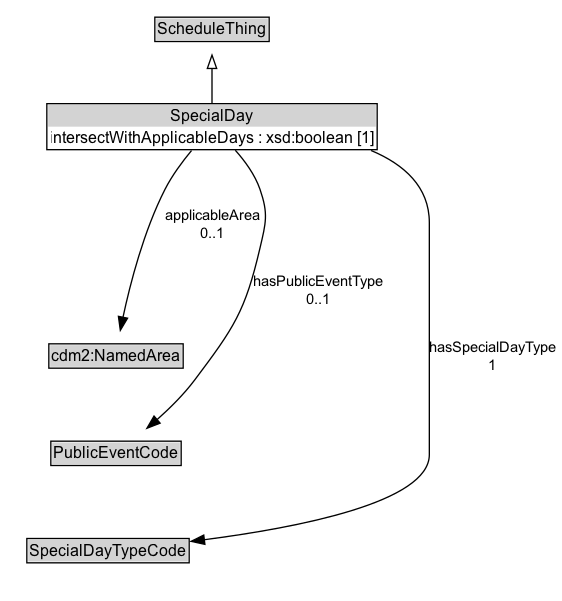
Earlier version of the Graphviz export docs/diagrams/SpecialDay.dot.png (k-vaughn/ontology-its-time). Its source is kept beside it as docs/diagrams/SpecialDay.dot.
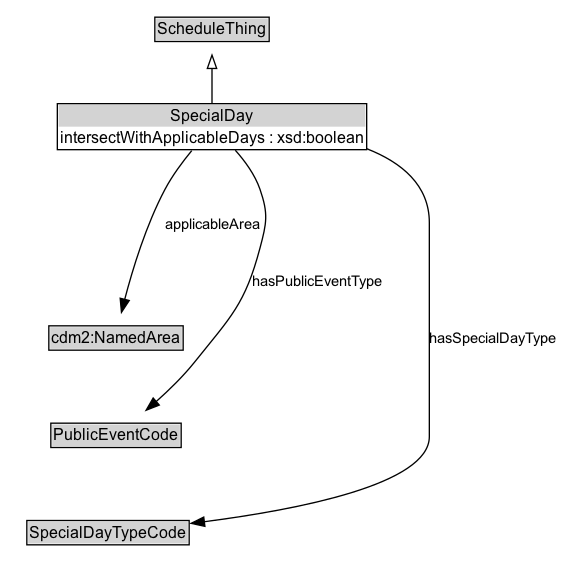
After the commit.

What changed in the source:
```diff
@@ -6,7 +6,7 @@
 		rank=source
 		ScheduleThing [label=<<TABLE BORDER="1" CELLBORDER="0" CELLSPACING="0" CELLPADDING="1"><TR><TD BGCOLOR="lightgray" ALIGN="CENTER">ScheduleThing</TD></TR></TABLE>> URL="../ScheduleThing" margin=0]
 	}
-	SpecialDay [label=<<TABLE BORDER="1" CELLBORDER="0" CELLSPACING="0" CELLPADDING="1"><TR><TD BGCOLOR="lightgray" ALIGN="CENTER">SpecialDay</TD></TR><TR><TD ALIGN="LEFT">intersectWithApplicableDays : xsd:boolean [1]</TD></TR></TABLE>> URL="../SpecialDay" margin=0]
+	SpecialDay [label=<<TABLE BORDER="1" CELLBORDER="0" CELLSPACING="0" CELLPADDING="1"><TR><TD BGCOLOR="lightgray" ALIGN="CENTER">SpecialDay</TD></TR><TR><TD ALIGN="LEFT">intersectWithApplicableDays : xsd:boolean</TD></TR></TABLE>> URL="../SpecialDay" margin=0]
 	{
 		rank=max
 	}
@@ -23,12 +23,9 @@
 	cdm2_NamedArea -> PublicEventCode [style=invis]
 	PublicEventCode -> SpecialDayTypeCode [style=invis]
 	SpecialDayTypeCode [label=<<TABLE BORDER="1" CELLBORDER="0" CELLSPACING="0" CELLPADDING="1"><TR><TD BGCOLOR="lightgray" ALIGN="CENTER">SpecialDayTypeCode</TD></TR></TABLE>> URL="../SpecialDayTypeCode" margin=0]
-	SpecialDay -> SpecialDayTypeCode [label="hasSpecialDayType
-1" arrowhead=normal style=solid]
+	SpecialDay -> SpecialDayTypeCode [label=hasSpecialDayType arrowhead=normal style=solid]
 	PublicEventCode [label=<<TABLE BORDER="1" CELLBORDER="0" CELLSPACING="0" CELLPADDING="1"><TR><TD BGCOLOR="lightgray" ALIGN="CENTER">PublicEventCode</TD></TR></TABLE>> URL="../PublicEventCode" margin=0]
-	SpecialDay -> PublicEventCode [label="hasPublicEventType
-0..1" arrowhead=normal style=solid]
+	SpecialDay -> PublicEventCode [label=hasPublicEventType arrowhead=normal style=solid]
 	cdm2_NamedArea [label=<<TABLE BORDER="1" CELLBORDER="0" CELLSPACING="0" CELLPADDING="1"><TR><TD BGCOLOR="lightgray" ALIGN="CENTER">cdm2:NamedArea</TD></TR></TABLE>> URL="https://w3id.org/citydata/part2/v1/NamedArea" margin=0]
-	SpecialDay -> cdm2_NamedArea [label="applicableArea
-0..1" arrowhead=normal style=solid]
+	SpecialDay -> cdm2_NamedArea [label=applicableArea arrowhead=normal style=solid]
 }
```
